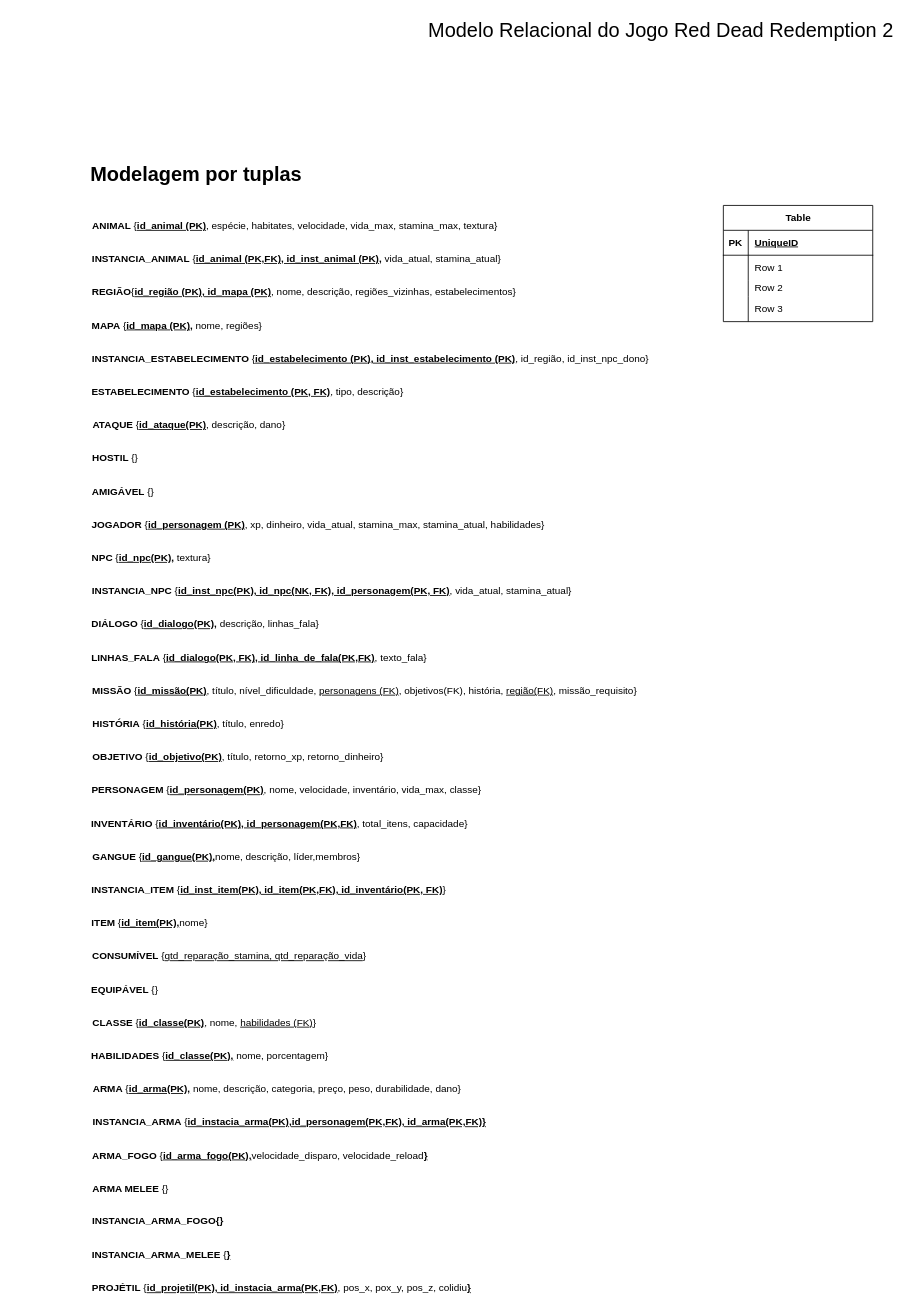
This is entregas/entrega1/MREL/MREL.drawio from SBD1/2024.1-Red_Dead_Redemption2, a draw.io file, before an edit. Source tidied: cells renumbered, new cells numbered last; positions are measured from the earlier drawing's top-left corner, leaving out a move shared by most shapes. Both pictures are drawn from the tidied source at 83%, with x=0, y=0 at pixel (14, 14).
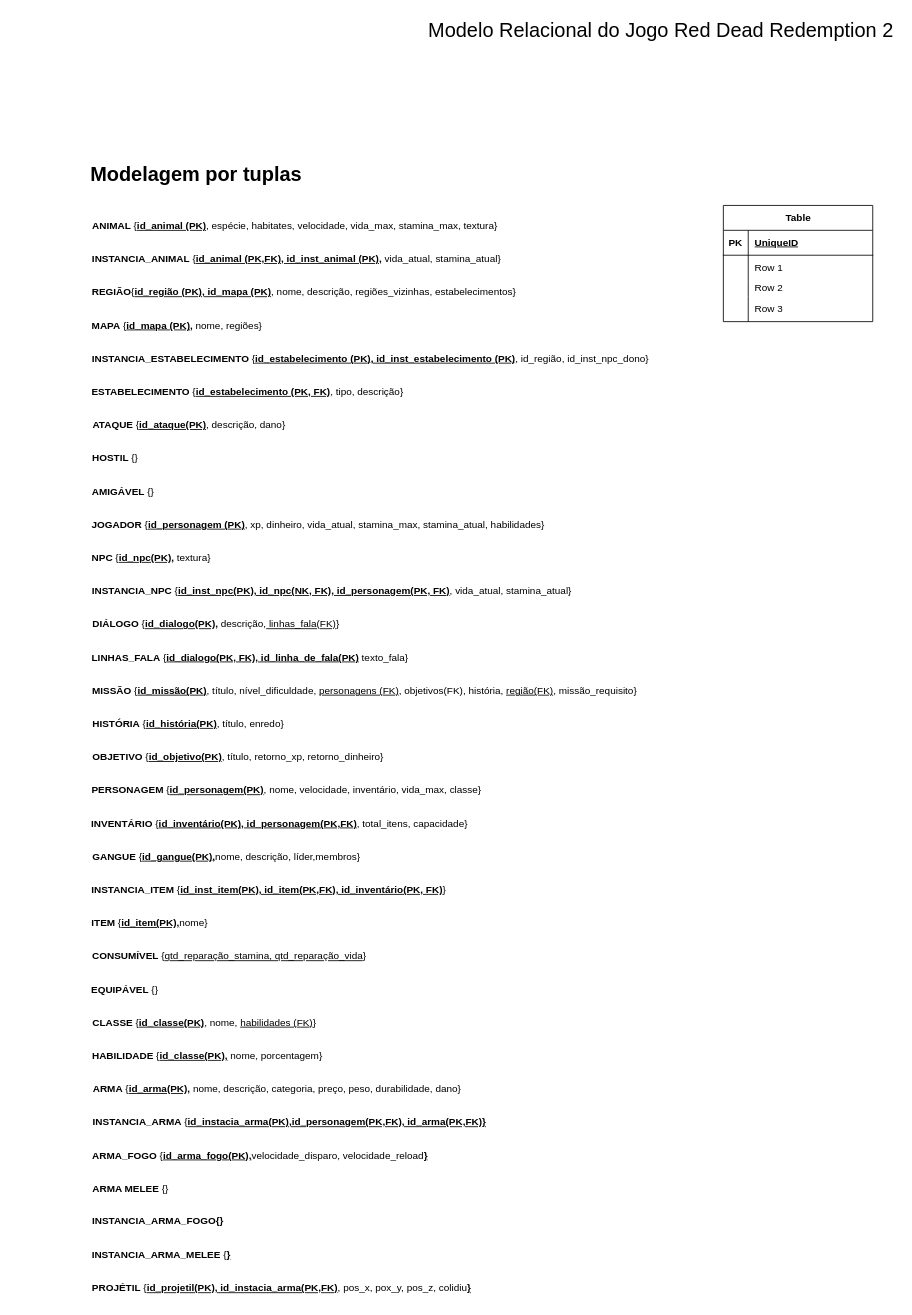
The same diagram, later.

Commit message:
Realiza alterações finais nas tuplas do MREL.drawio

Change to the diagram source:
```diff
@@
-    <mxCell id="29" value="&lt;b&gt;DIÁLOGO&lt;/b&gt;&amp;nbsp;{&lt;u&gt;&lt;b&gt;id_dialogo(PK),&lt;/b&gt;&lt;/u&gt; descrição, linhas_fala}" style="text;align=center;verticalAlign=middle;whiteSpace=wrap;rounded=0;html=1;" parent="1" vertex="1">
-      <mxGeometry x="76" y="720" width="308" height="30" as="geometry" />
+    <mxCell id="29" value="&lt;b&gt;DIÁLOGO&lt;/b&gt;&amp;nbsp;{&lt;u&gt;&lt;b&gt;id_dialogo(PK),&lt;/b&gt;&lt;/u&gt; descrição,&lt;u style=&quot;&quot;&gt; linhas_fala(FK)&lt;/u&gt;}" style="text;align=center;verticalAlign=middle;whiteSpace=wrap;rounded=0;html=1;" parent="1" vertex="1">
+      <mxGeometry x="89" y="720" width="308" height="30" as="geometry" />
     </mxCell>
-    <mxCell id="30" value="&lt;b&gt;LINHAS_FALA&lt;/b&gt;&amp;nbsp;{&lt;u&gt;&lt;b&gt;id_dialogo(PK, FK), id_linha_de_fala(PK,FK)&lt;/b&gt;&lt;/u&gt;, texto_fala}" style="text;align=center;verticalAlign=middle;whiteSpace=wrap;rounded=0;html=1;" parent="1" vertex="1">
-      <mxGeometry x="88" y="760" width="414" height="30" as="geometry" />
+    <mxCell id="30" value="&lt;b&gt;LINHAS_FALA&lt;/b&gt;&amp;nbsp;{&lt;u&gt;&lt;b&gt;id_dialogo(PK, FK), id_linha_de_fala(PK)&lt;/b&gt;&lt;/u&gt;&amp;nbsp;texto_fala}" style="text;align=center;verticalAlign=middle;whiteSpace=wrap;rounded=0;html=1;" parent="1" vertex="1">
+      <mxGeometry x="77" y="760" width="414" height="30" as="geometry" />
     </mxCell>
@@
-    <mxCell id="44" value="&lt;b&gt;HABILIDADES&lt;/b&gt;&amp;nbsp;{&lt;u&gt;&lt;b&gt;id_classe(PK),&lt;/b&gt;&lt;/u&gt; nome, porcentagem}" style="text;align=center;verticalAlign=middle;whiteSpace=wrap;rounded=0;html=1;" parent="1" vertex="1">
-      <mxGeometry x="90" y="1240" width="291" height="30" as="geometry" />
+    <mxCell id="44" value="&lt;b&gt;HABILIDADE&lt;/b&gt;&amp;nbsp;{&lt;u&gt;&lt;b&gt;id_classe(PK),&lt;/b&gt;&lt;/u&gt; nome, porcentagem}" style="text;align=center;verticalAlign=middle;whiteSpace=wrap;rounded=0;html=1;" parent="1" vertex="1">
+      <mxGeometry x="87" y="1240" width="291" height="30" as="geometry" />
     </mxCell>
```
